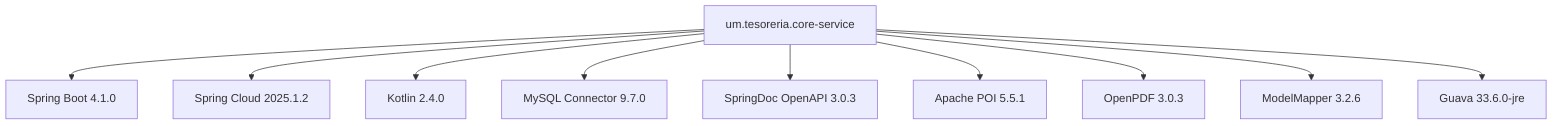
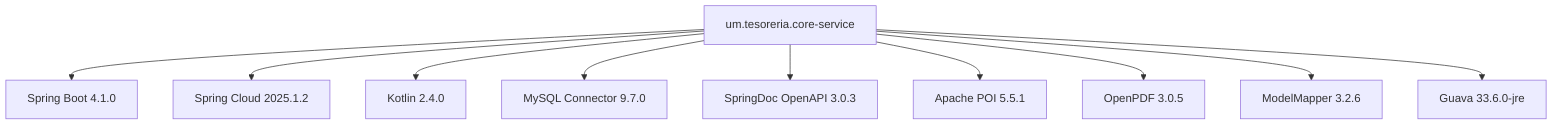
flowchart TD
    A[um.tesoreria.core-service] --> B[Spring Boot 4.1.0]
    A --> C[Spring Cloud 2025.1.2]
    A --> D[Kotlin 2.4.0]
    A --> E[MySQL Connector 9.7.0]
    A --> F[SpringDoc OpenAPI 3.0.3]
    A --> G[Apache POI 5.5.1]
-     A --> H[OpenPDF 3.0.3]
+     A --> H[OpenPDF 3.0.5]
    A --> I[ModelMapper 3.2.6]
    A --> J[Guava 33.6.0-jre]
